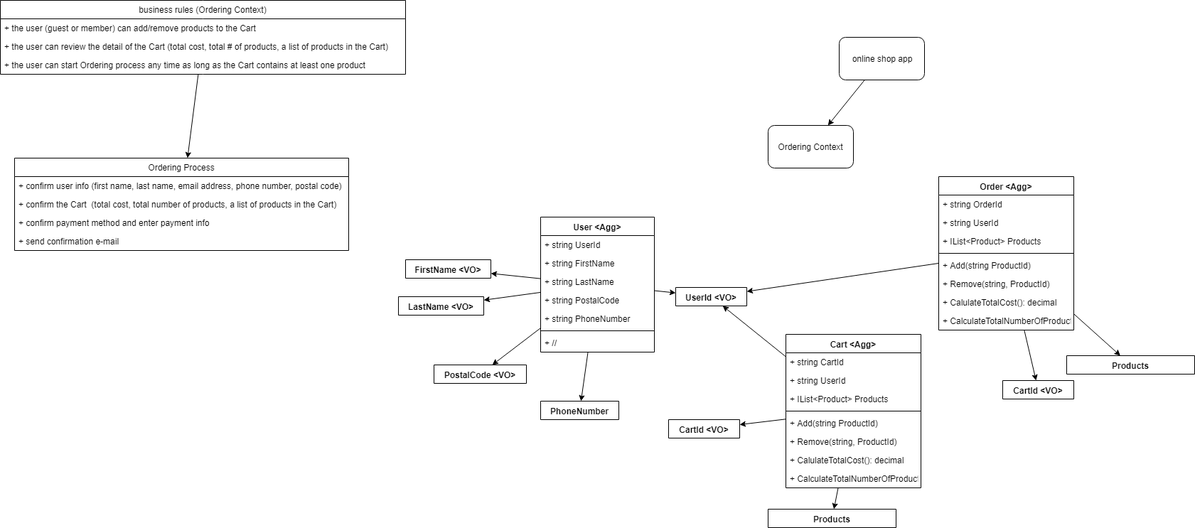
Earlier version of the draw.io export DDD_OnlineShop_Design.PNG (stsiwo/ddd_concept). Source tidied: cells renumbered, new cells last; positions are measured from the earlier drawing's top-left corner, leaving out a move shared by most shapes.
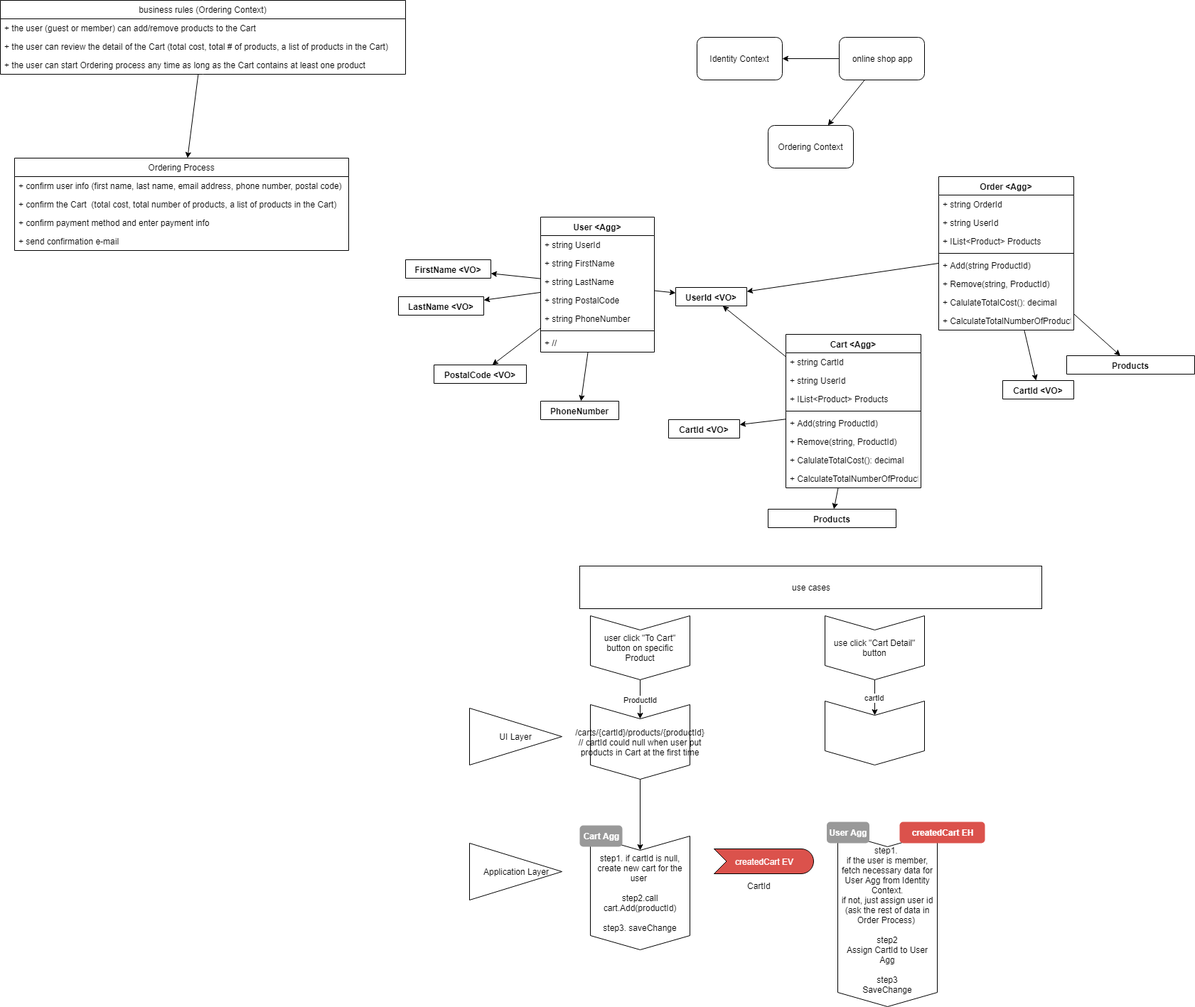
Above is the later version.

Diff of the diagram source:
```diff
@@ -5,9 +5,15 @@
     <mxCell id="2" style="rounded=0;jettySize=auto;html=1;" parent="1" edge="1" source="3" target="4">
       <mxGeometry relative="1" as="geometry" />
     </mxCell>
+    <mxCell id="61" style="edgeStyle=none;rounded=0;jettySize=auto;html=1;" parent="1" edge="1" source="3" target="62">
+      <mxGeometry relative="1" as="geometry" />
+    </mxCell>
     <mxCell id="3" value="online shop app" style="rounded=1;whiteSpace=wrap;html=1;" parent="1" vertex="1">
       <mxGeometry x="1180" y="52" width="120" height="60" as="geometry" />
     </mxCell>
+    <mxCell id="62" value="Identity Context" style="rounded=1;whiteSpace=wrap;html=1;" parent="1" vertex="1">
+      <mxGeometry x="980" y="52" width="120" height="60" as="geometry" />
+    </mxCell>
     <mxCell id="4" value="Ordering Context" style="rounded=1;whiteSpace=wrap;html=1;" parent="1" vertex="1">
       <mxGeometry x="1080" y="176" width="120" height="60" as="geometry" />
     </mxCell>
@@ -179,5 +185,56 @@
     <mxCell id="60" value="Products" style="swimlane;fontStyle=1;align=center;verticalAlign=top;horizontal=1;startSize=26;" parent="1" vertex="1" collapsed="1">
       <mxGeometry x="1500" y="500" width="180" height="26" as="geometry" />
     </mxCell>
+    <mxCell id="63" value="use cases" style="rounded=0;whiteSpace=wrap;html=1;" parent="1" vertex="1">
+      <mxGeometry x="815" y="796" width="650" height="60" as="geometry" />
+    </mxCell>
+    <mxCell id="64" value="ProductId" style="edgeStyle=none;rounded=0;jettySize=auto;html=1;" parent="1" edge="1" source="65" target="67">
+      <mxGeometry relative="1" as="geometry" />
+    </mxCell>
+    <mxCell id="65" value="user click &quot;To Cart&quot; button on specific Product" style="shape=step;perimeter=stepPerimeter;whiteSpace=wrap;html=1;fixedSize=1;direction=south;" parent="1" vertex="1">
+      <mxGeometry x="830" y="866" width="140" height="90" as="geometry" />
+    </mxCell>
+    <mxCell id="66" style="edgeStyle=none;rounded=0;jettySize=auto;html=1;" parent="1" edge="1" source="67" target="68">
+      <mxGeometry relative="1" as="geometry" />
+    </mxCell>
+    <mxCell id="67" value="/carts/{cartId}/products/{productId}&lt;br&gt;// cartId could null when user put products in Cart at the first time&lt;br&gt;" style="shape=step;perimeter=stepPerimeter;whiteSpace=wrap;html=1;fixedSize=1;direction=south;" parent="1" vertex="1">
+      <mxGeometry x="830" y="991" width="140" height="105" as="geometry" />
+    </mxCell>
+    <mxCell id="68" value="&lt;div style=&quot;text-align: center&quot;&gt;&lt;span&gt;step1. if cartId is null, create new cart for the user&amp;nbsp;&lt;/span&gt;&lt;/div&gt;&lt;div style=&quot;text-align: center&quot;&gt;&lt;br&gt;&lt;/div&gt;&lt;div style=&quot;text-align: center&quot;&gt;&lt;span&gt;step2.call cart.Add(productId)&lt;/span&gt;&lt;/div&gt;&lt;div style=&quot;text-align: center&quot;&gt;&lt;span&gt;&amp;nbsp;&lt;/span&gt;&lt;/div&gt;&lt;div style=&quot;text-align: center&quot;&gt;&lt;span&gt;step3. saveChange&lt;/span&gt;&lt;/div&gt;" style="shape=step;perimeter=stepPerimeter;whiteSpace=wrap;html=1;fixedSize=1;direction=south;" parent="1" vertex="1">
+      <mxGeometry x="830" y="1176" width="140" height="160" as="geometry" />
+    </mxCell>
+    <mxCell id="69" value="UI Layer" style="triangle;whiteSpace=wrap;html=1;" parent="1" vertex="1">
+      <mxGeometry x="660" y="996" width="130" height="80" as="geometry" />
+    </mxCell>
+    <mxCell id="70" value="Application Layer" style="triangle;whiteSpace=wrap;html=1;" parent="1" vertex="1">
+      <mxGeometry x="660" y="1186" width="130" height="80" as="geometry" />
+    </mxCell>
+    <mxCell id="71" value="&lt;font color=&quot;#ffffff&quot;&gt;createdCart EV&lt;/font&gt;" style="html=1;whiteSpace=wrap;shape=mxgraph.archimate3.event;fillColor=#DB524C;" parent="1" vertex="1">
+      <mxGeometry x="1004" y="1194" width="140" height="35" as="geometry" />
+    </mxCell>
+    <mxCell id="72" value="cartId" style="edgeStyle=none;rounded=0;jettySize=auto;html=1;" parent="1" edge="1" source="73" target="74">
+      <mxGeometry relative="1" as="geometry" />
+    </mxCell>
+    <mxCell id="73" value="use click &quot;Cart Detail&quot; button" style="shape=step;perimeter=stepPerimeter;whiteSpace=wrap;html=1;fixedSize=1;direction=south;" parent="1" vertex="1">
+      <mxGeometry x="1160" y="866" width="140" height="90" as="geometry" />
+    </mxCell>
+    <mxCell id="74" style="shape=step;perimeter=stepPerimeter;whiteSpace=wrap;html=1;fixedSize=1;direction=south;" parent="1" vertex="1">
+      <mxGeometry x="1160" y="986" width="140" height="90" as="geometry" />
+    </mxCell>
+    <mxCell id="75" value="Cart Agg" style="html=1;shadow=0;dashed=0;shape=mxgraph.bootstrap.rrect;align=center;rSize=5;strokeColor=none;fillColor=#999999;fontColor=#ffffff;fontStyle=1;whiteSpace=wrap;" parent="1" vertex="1">
+      <mxGeometry x="815" y="1161" width="60" height="30" as="geometry" />
+    </mxCell>
+    <mxCell id="76" value="&lt;div style=&quot;text-align: center&quot;&gt;step1.&amp;nbsp;&lt;/div&gt;&lt;div style=&quot;text-align: center&quot;&gt;if the user is member, fetch necessary data for User Agg from Identity Context.&lt;/div&gt;&lt;div style=&quot;text-align: center&quot;&gt;if not, just assign user id (ask the rest of data in Order Process)&amp;nbsp;&lt;/div&gt;&lt;div style=&quot;text-align: center&quot;&gt;&lt;br&gt;&lt;/div&gt;&lt;div style=&quot;text-align: center&quot;&gt;step2&lt;/div&gt;&lt;div style=&quot;text-align: center&quot;&gt;Assign CartId to User Agg&lt;/div&gt;&lt;div style=&quot;text-align: center&quot;&gt;&lt;br&gt;&lt;/div&gt;&lt;div style=&quot;text-align: center&quot;&gt;step3&lt;/div&gt;&lt;div style=&quot;text-align: center&quot;&gt;SaveChange&lt;/div&gt;" style="shape=step;perimeter=stepPerimeter;whiteSpace=wrap;html=1;fixedSize=1;direction=south;" parent="1" vertex="1">
+      <mxGeometry x="1178" y="1171" width="140" height="245" as="geometry" />
+    </mxCell>
+    <mxCell id="77" value="User Agg" style="html=1;shadow=0;dashed=0;shape=mxgraph.bootstrap.rrect;align=center;rSize=5;strokeColor=none;fillColor=#999999;fontColor=#ffffff;fontStyle=1;whiteSpace=wrap;" parent="1" vertex="1">
+      <mxGeometry x="1162.5" y="1156" width="60" height="30" as="geometry" />
+    </mxCell>
+    <mxCell id="78" value="createdCart EH" style="html=1;shadow=0;dashed=0;shape=mxgraph.bootstrap.rrect;align=center;rSize=5;strokeColor=none;fillColor=#DB524C;fontColor=#ffffff;fontStyle=1;whiteSpace=wrap;" parent="1" vertex="1">
+      <mxGeometry x="1265" y="1156" width="120" height="30" as="geometry" />
+    </mxCell>
+    <mxCell id="79" value="CartId" style="text;html=1;align=left;verticalAlign=top;spacingTop=-4;" parent="1" vertex="1">
+      <mxGeometry x="1049" y="1237" width="50" height="20" as="geometry" />
+    </mxCell>
   </root>
 </mxGraphModel>
```
